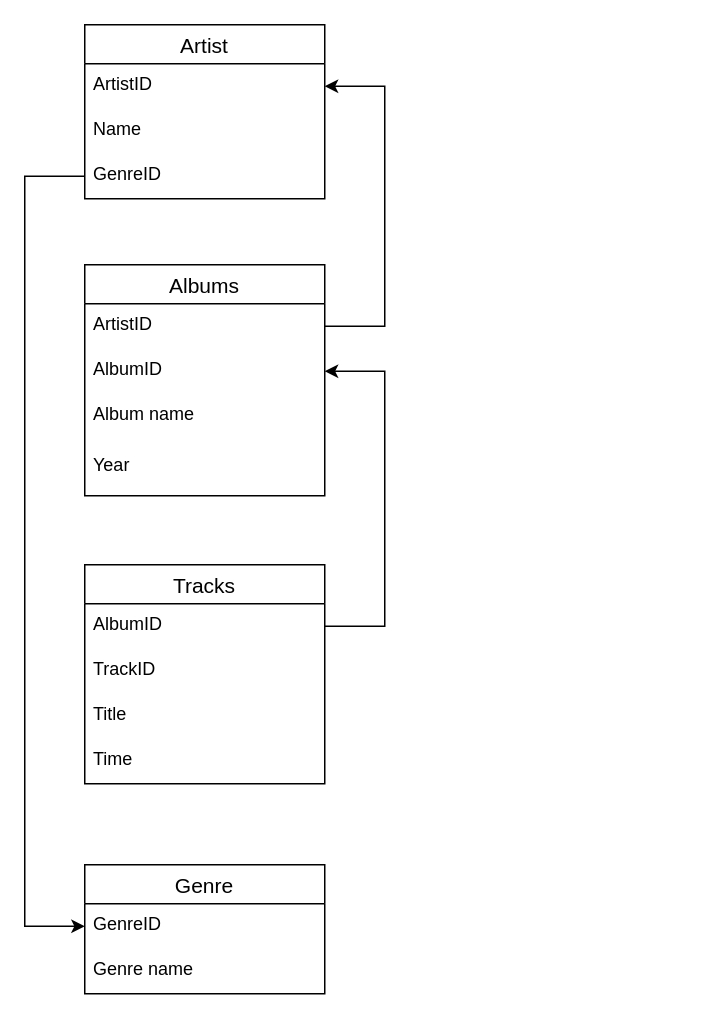
This is music_shop 1.drawio from AntonVetoshkin/Music_shop, a draw.io file, before an edit. Source tidied: cells renumbered, new cells numbered last; positions are measured from the earlier drawing's top-left corner, leaving out a move shared by most shapes. Both pictures are drawn from the tidied source at 150%, with x=0, y=0 at pixel (24, 24).
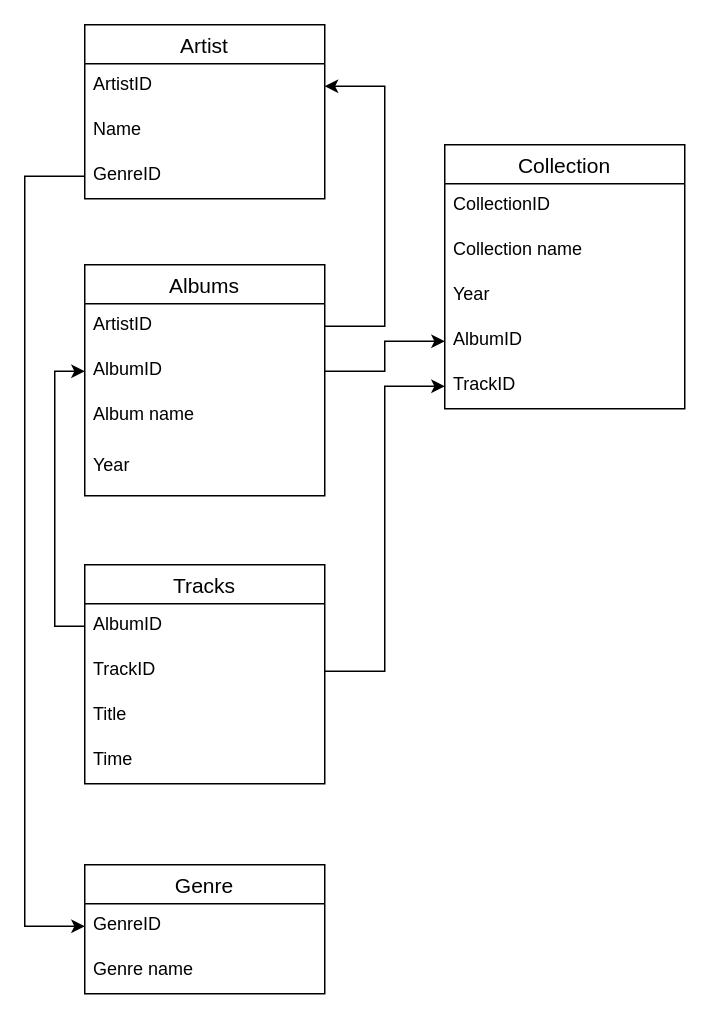
After the change.

Unchanged cells that the change refers to:
```xml
<mxCell id="4" value="AlbumID" style="text;strokeColor=none;fillColor=none;spacingLeft=4;spacingRight=4;overflow=hidden;points=[[0,0.5],[1,0.5]];portConstraint=eastwest;fontSize=12;" parent="2" vertex="1">
  <mxGeometry y="56" width="160" height="30" as="geometry" />
</mxCell>
<mxCell id="8" value="AlbumID" style="text;strokeColor=none;fillColor=none;spacingLeft=4;spacingRight=4;overflow=hidden;points=[[0,0.5],[1,0.5]];portConstraint=eastwest;fontSize=12;" parent="7" vertex="1">
  <mxGeometry y="26" width="160" height="30" as="geometry" />
</mxCell>
<mxCell id="9" value="TrackID" style="text;strokeColor=none;fillColor=none;spacingLeft=4;spacingRight=4;overflow=hidden;points=[[0,0.5],[1,0.5]];portConstraint=eastwest;fontSize=12;" parent="7" vertex="1">
  <mxGeometry y="56" width="160" height="30" as="geometry" />
</mxCell>
```

Diff of the diagram source:
```diff
@@
-    <mxCell id="21" style="edgeStyle=orthogonalEdgeStyle;rounded=0;jettySize=auto;html=1;exitX=1;exitY=0.5;exitDx=0;exitDy=0;entryX=1;entryY=0.5;entryDx=0;entryDy=0;" parent="1" edge="1" source="8" target="4">
+    <mxCell id="21" style="edgeStyle=orthogonalEdgeStyle;rounded=0;jettySize=auto;html=1;exitX=0;exitY=0.5;exitDx=0;exitDy=0;" parent="1" edge="1" source="8">
       <mxGeometry relative="1" as="geometry">
+        <mxPoint x="40" y="231" as="targetPoint" />
         <Array as="points">
-          <mxPoint x="240" y="401" />
-          <mxPoint x="240" y="231" />
+          <mxPoint x="20" y="401" />
+          <mxPoint x="20" y="231" />
         </Array>
       </mxGeometry>
     </mxCell>
@@
+    <mxCell id="23" value="Collection" style="swimlane;fontStyle=0;horizontal=1;startSize=26;align=center;fontSize=14;" parent="1" vertex="1">
+      <mxGeometry x="280" y="80" width="160" height="176" as="geometry" />
+    </mxCell>
+    <mxCell id="24" value="CollectionID" style="text;strokeColor=none;fillColor=none;spacingLeft=4;spacingRight=4;overflow=hidden;fontSize=12;" parent="23" vertex="1">
+      <mxGeometry y="26" width="160" height="30" as="geometry" />
+    </mxCell>
+    <mxCell id="25" value="Collection name" style="text;strokeColor=none;fillColor=none;spacingLeft=4;spacingRight=4;overflow=hidden;fontSize=12;" parent="23" vertex="1">
+      <mxGeometry y="56" width="160" height="30" as="geometry" />
+    </mxCell>
+    <mxCell id="26" value="Year" style="text;strokeColor=none;fillColor=none;spacingLeft=4;spacingRight=4;overflow=hidden;fontSize=12;" parent="23" vertex="1">
+      <mxGeometry y="86" width="160" height="30" as="geometry" />
+    </mxCell>
+    <mxCell id="27" value="AlbumID" style="text;strokeColor=none;fillColor=none;spacingLeft=4;spacingRight=4;overflow=hidden;points=[[0,0.5],[1,0.5]];portConstraint=eastwest;fontSize=12;" parent="23" vertex="1">
+      <mxGeometry y="116" width="160" height="30" as="geometry" />
+    </mxCell>
+    <mxCell id="28" value="TrackID" style="text;strokeColor=none;fillColor=none;spacingLeft=4;spacingRight=4;overflow=hidden;points=[[0,0.5],[1,0.5]];portConstraint=eastwest;fontSize=12;" parent="23" vertex="1">
+      <mxGeometry y="146" width="160" height="30" as="geometry" />
+    </mxCell>
+    <mxCell id="29" style="edgeStyle=orthogonalEdgeStyle;rounded=0;jettySize=auto;html=1;exitX=1;exitY=0.5;exitDx=0;exitDy=0;entryX=0;entryY=0.5;entryDx=0;entryDy=0;" parent="1" edge="1" source="4" target="27">
+      <mxGeometry relative="1" as="geometry" />
+    </mxCell>
+    <mxCell id="30" style="edgeStyle=orthogonalEdgeStyle;rounded=0;jettySize=auto;html=1;exitX=1;exitY=0.5;exitDx=0;exitDy=0;entryX=0;entryY=0.5;entryDx=0;entryDy=0;" parent="1" edge="1" source="9" target="28">
+      <mxGeometry relative="1" as="geometry" />
+    </mxCell>
```
